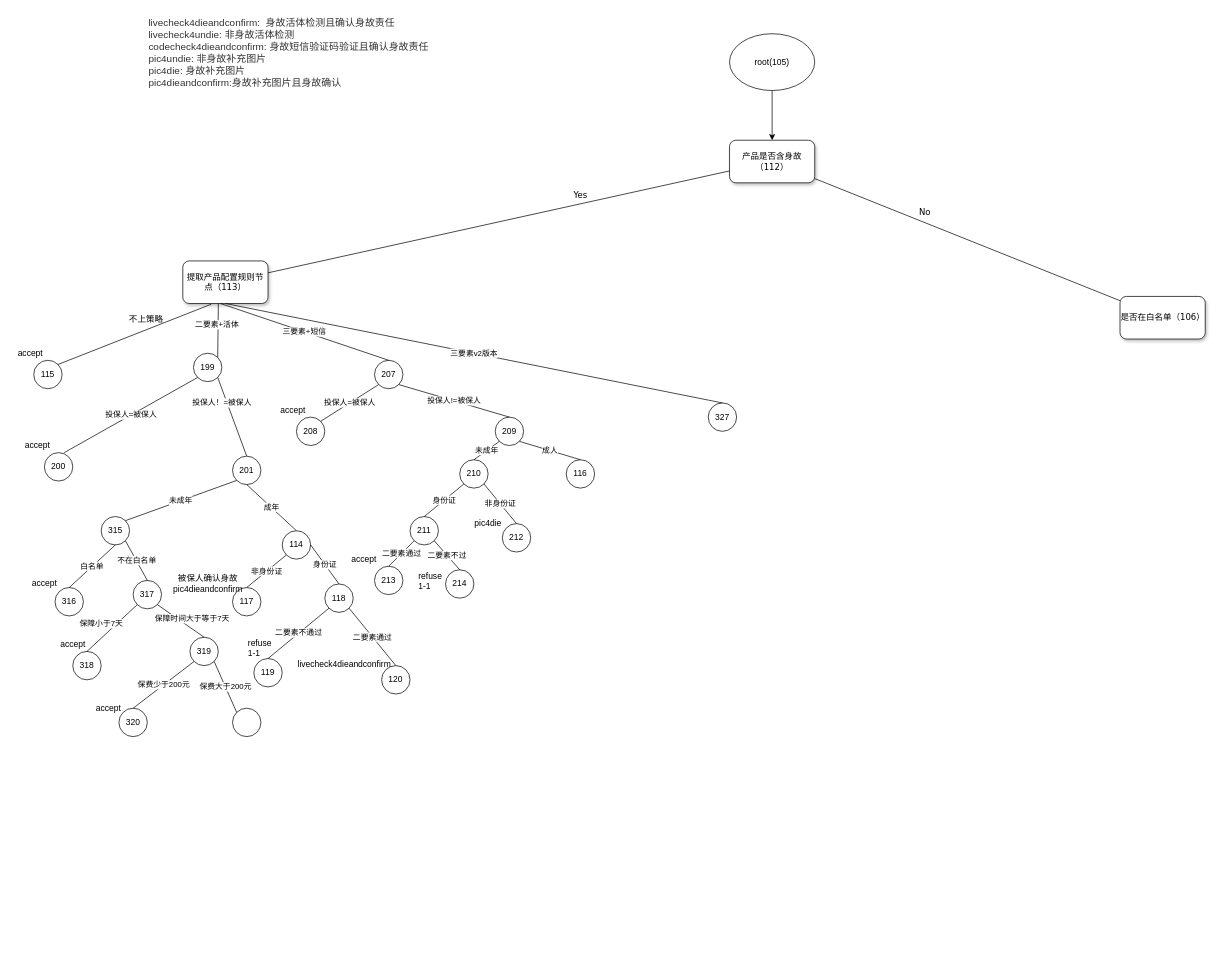
Before: 合规.drawio in North30/tupian, a draw.io diagram. Source tidied: cells renumbered, new cells numbered last; positions are measured from the earlier drawing's top-left corner, leaving out a move shared by most shapes. Both pictures are drawn from the tidied source at 71%, with x=0, y=0 at pixel (12, 12).
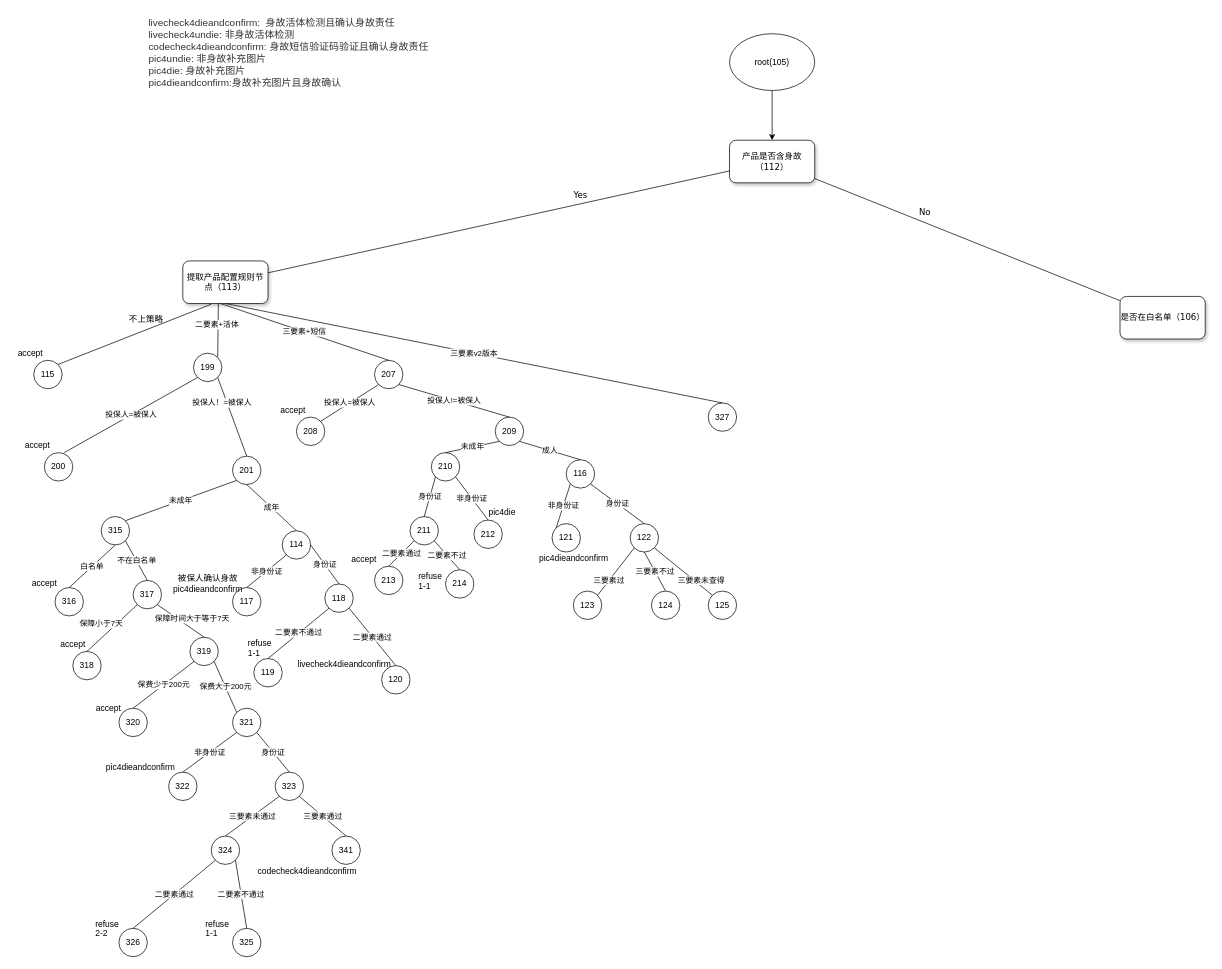
Above is the later version.

Unchanged cells that the change refers to:
```xml
<mxCell id="63" value="116" style="ellipse;whiteSpace=wrap;html=1;" parent="1" vertex="1">
  <mxGeometry x="780" y="630" width="40" height="40" as="geometry" />
</mxCell>
```

What changed in the source:
```diff
@@
-    <mxCell id="42" style="ellipse;whiteSpace=wrap;html=1;" parent="1" vertex="1">
+    <mxCell id="42" value="321" style="ellipse;whiteSpace=wrap;html=1;" parent="1" vertex="1">
       <mxGeometry x="310" y="980" width="40" height="40" as="geometry" />
     </mxCell>
@@
     <mxCell id="61" value="210" style="ellipse;whiteSpace=wrap;html=1;" parent="1" vertex="1">
-      <mxGeometry x="630" y="630" width="40" height="40" as="geometry" />
+      <mxGeometry x="590" y="620" width="40" height="40" as="geometry" />
     </mxCell>
@@
     <mxCell id="66" value="212" style="ellipse;whiteSpace=wrap;html=1;" parent="1" vertex="1">
-      <mxGeometry x="690" y="720" width="40" height="40" as="geometry" />
+      <mxGeometry x="650" y="715" width="40" height="40" as="geometry" />
     </mxCell>
@@
     <mxCell id="75" value="pic4die" style="text;html=1;strokeColor=none;fillColor=none;align=center;verticalAlign=middle;whiteSpace=wrap;rounded=0;" parent="1" vertex="1">
-      <mxGeometry x="650" y="710" width="40" height="20" as="geometry" />
+      <mxGeometry x="670" y="695" width="40" height="20" as="geometry" />
     </mxCell>
+    <mxCell id="76" value="322" style="ellipse;whiteSpace=wrap;html=1;" parent="1" vertex="1">
+      <mxGeometry x="220" y="1070" width="40" height="40" as="geometry" />
+    </mxCell>
+    <mxCell id="77" value="323" style="ellipse;whiteSpace=wrap;html=1;" parent="1" vertex="1">
+      <mxGeometry x="370" y="1070" width="40" height="40" as="geometry" />
+    </mxCell>
+    <mxCell id="78" value="非身份证" style="endArrow=none;html=1;entryX=0;entryY=1;entryDx=0;entryDy=0;exitX=0.5;exitY=0;exitDx=0;exitDy=0;" parent="1" edge="1" source="76" target="42">
+      <mxGeometry relative="1" as="geometry" />
+    </mxCell>
+    <mxCell id="79" value="身份证" style="endArrow=none;html=1;entryX=1;entryY=1;entryDx=0;entryDy=0;exitX=0.5;exitY=0;exitDx=0;exitDy=0;" parent="1" edge="1" source="77" target="42">
+      <mxGeometry relative="1" as="geometry" />
+    </mxCell>
+    <mxCell id="80" value="pic4dieandconfirm" style="text;whiteSpace=wrap;html=1;" parent="1" vertex="1">
+      <mxGeometry x="130" y="1050" width="120" height="30" as="geometry" />
+    </mxCell>
+    <mxCell id="81" value="324" style="ellipse;whiteSpace=wrap;html=1;" parent="1" vertex="1">
+      <mxGeometry x="280" y="1160" width="40" height="40" as="geometry" />
+    </mxCell>
+    <mxCell id="82" value="341" style="ellipse;whiteSpace=wrap;html=1;" parent="1" vertex="1">
+      <mxGeometry x="450" y="1160" width="40" height="40" as="geometry" />
+    </mxCell>
+    <mxCell id="83" value="三要素未通过" style="endArrow=none;html=1;entryX=0;entryY=1;entryDx=0;entryDy=0;exitX=0.5;exitY=0;exitDx=0;exitDy=0;" parent="1" edge="1" source="81" target="77">
+      <mxGeometry relative="1" as="geometry" />
+    </mxCell>
+    <mxCell id="84" value="三要素通过" style="endArrow=none;html=1;entryX=1;entryY=1;entryDx=0;entryDy=0;exitX=0.5;exitY=0;exitDx=0;exitDy=0;" parent="1" edge="1" source="82" target="77">
+      <mxGeometry relative="1" as="geometry" />
+    </mxCell>
+    <mxCell id="85" value="codecheck4dieandconfirm" style="text;html=1;align=center;verticalAlign=middle;" parent="1" vertex="1">
+      <mxGeometry x="340" y="1200" width="150" height="20" as="geometry" />
+    </mxCell>
+    <mxCell id="86" value="326" style="ellipse;whiteSpace=wrap;html=1;" parent="1" vertex="1">
+      <mxGeometry x="150" y="1290" width="40" height="40" as="geometry" />
+    </mxCell>
+    <mxCell id="87" value="325" style="ellipse;whiteSpace=wrap;html=1;" parent="1" vertex="1">
+      <mxGeometry x="310" y="1290" width="40" height="40" as="geometry" />
+    </mxCell>
+    <mxCell id="88" value="二要素通过" style="endArrow=none;html=1;entryX=0;entryY=1;entryDx=0;entryDy=0;exitX=0.5;exitY=0;exitDx=0;exitDy=0;" parent="1" edge="1" source="86" target="81">
+      <mxGeometry relative="1" as="geometry" />
+    </mxCell>
+    <mxCell id="89" value="二要素不通过" style="endArrow=none;html=1;entryX=1;entryY=1;entryDx=0;entryDy=0;exitX=0.5;exitY=0;exitDx=0;exitDy=0;" parent="1" edge="1" source="87" target="81">
+      <mxGeometry relative="1" as="geometry" />
+    </mxCell>
+    <mxCell id="90" value="refuse&amp;nbsp;&lt;br&gt;1-1" style="text;whiteSpace=wrap;html=1;" parent="1" vertex="1">
+      <mxGeometry x="270" y="1270" width="40" height="30" as="geometry" />
+    </mxCell>
+    <mxCell id="91" value="refuse&amp;nbsp;&lt;br&gt;2-2" style="text;whiteSpace=wrap;html=1;" parent="1" vertex="1">
+      <mxGeometry x="115" y="1270" width="40" height="30" as="geometry" />
+    </mxCell>
+    <mxCell id="92" value="121" style="ellipse;whiteSpace=wrap;html=1;" parent="1" vertex="1">
+      <mxGeometry x="760" y="720" width="40" height="40" as="geometry" />
+    </mxCell>
+    <mxCell id="93" value="122" style="ellipse;whiteSpace=wrap;html=1;" parent="1" vertex="1">
+      <mxGeometry x="870" y="720" width="40" height="40" as="geometry" />
+    </mxCell>
+    <mxCell id="94" value="非身份证" style="endArrow=none;html=1;entryX=0;entryY=1;entryDx=0;entryDy=0;exitX=0;exitY=0;exitDx=0;exitDy=0;" parent="1" edge="1" source="92" target="63">
+      <mxGeometry relative="1" as="geometry" />
+    </mxCell>
+    <mxCell id="95" value="身份证" style="endArrow=none;html=1;entryX=1;entryY=1;entryDx=0;entryDy=0;exitX=0.5;exitY=0;exitDx=0;exitDy=0;" parent="1" edge="1" source="93" target="63">
+      <mxGeometry relative="1" as="geometry" />
+    </mxCell>
+    <mxCell id="96" value="pic4dieandconfirm" style="text;whiteSpace=wrap;html=1;" parent="1" vertex="1">
+      <mxGeometry x="740" y="755" width="120" height="30" as="geometry" />
+    </mxCell>
+    <mxCell id="97" value="123" style="ellipse;whiteSpace=wrap;html=1;" parent="1" vertex="1">
+      <mxGeometry x="790" y="815" width="40" height="40" as="geometry" />
+    </mxCell>
+    <mxCell id="98" value="124" style="ellipse;whiteSpace=wrap;html=1;" parent="1" vertex="1">
+      <mxGeometry x="900" y="815" width="40" height="40" as="geometry" />
+    </mxCell>
+    <mxCell id="99" value="125" style="ellipse;whiteSpace=wrap;html=1;" parent="1" vertex="1">
+      <mxGeometry x="980" y="815" width="40" height="40" as="geometry" />
+    </mxCell>
+    <mxCell id="100" value="三要素过" style="endArrow=none;html=1;entryX=0;entryY=1;entryDx=0;entryDy=0;exitX=1;exitY=0;exitDx=0;exitDy=0;" parent="1" edge="1" source="97" target="93">
+      <mxGeometry x="-0.38" relative="1" as="geometry" />
+    </mxCell>
+    <mxCell id="101" value="三要素不过" style="endArrow=none;html=1;entryX=0.5;entryY=1;entryDx=0;entryDy=0;exitX=0.5;exitY=0;exitDx=0;exitDy=0;" parent="1" edge="1" source="98" target="93">
+      <mxGeometry relative="1" as="geometry" />
+    </mxCell>
+    <mxCell id="102" value="三要素未查得" style="endArrow=none;html=1;entryX=1;entryY=1;entryDx=0;entryDy=0;exitX=0;exitY=0;exitDx=0;exitDy=0;" parent="1" edge="1" source="99" target="93">
+      <mxGeometry x="-0.52" y="-6" relative="1" as="geometry" />
+    </mxCell>
```
